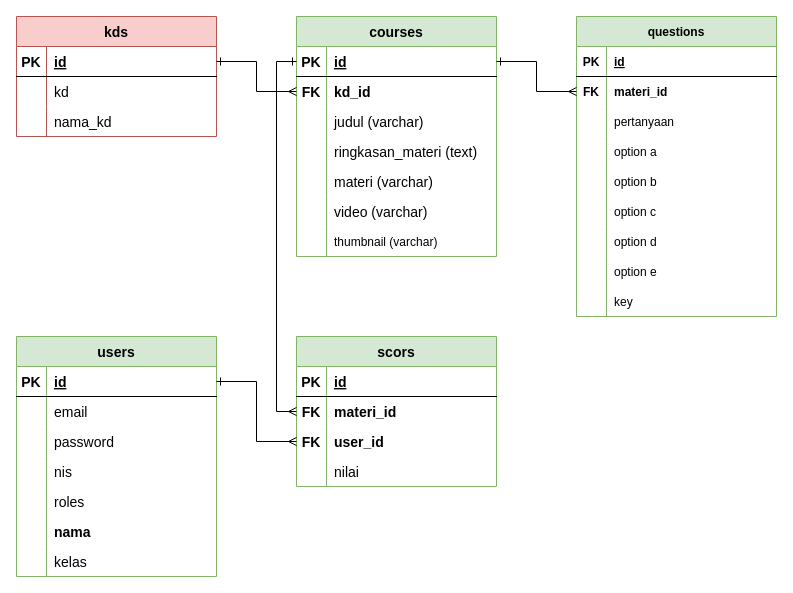
Before: Untitled Diagram.drawio in muhaziz28/Muhaziz28, a draw.io diagram. Source tidied: cells renumbered, new cells numbered last; positions are measured from the earlier drawing's top-left corner, leaving out a move shared by most shapes. Both pictures are drawn from the tidied source at 100%, with x=0, y=0 at pixel (16, 16).
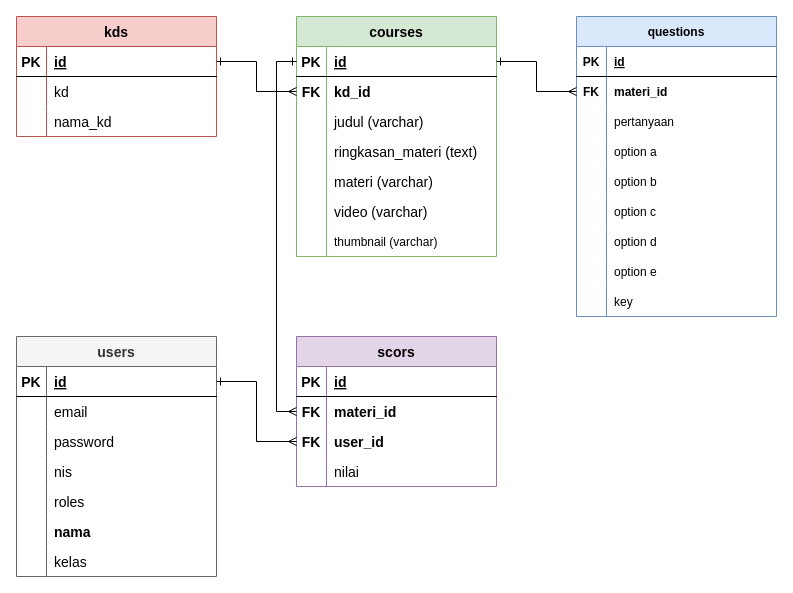
The same page after the edit.

The edit, as a diff of the source:
```diff
@@
-    <mxCell id="2" value="users" style="shape=table;startSize=30;childLayout=tableLayout;rowLines=0;fontStyle=1;align=center;fontSize=14;fillColor=#d5e8d4;strokeColor=#82b366;" parent="1" vertex="1">
+    <mxCell id="2" value="users" style="shape=table;startSize=30;childLayout=tableLayout;rowLines=0;fontStyle=1;align=center;fontSize=14;fillColor=#f5f5f5;strokeColor=#666666;fontColor=#333333;" parent="1" vertex="1">
       <mxGeometry y="320" width="200" height="240" as="geometry" />
     </mxCell>
@@
-    <mxCell id="56" value="scors" style="shape=table;startSize=30;childLayout=tableLayout;rowLines=0;fontStyle=1;align=center;fontSize=14;fillColor=#d5e8d4;strokeColor=#82b366;" parent="1" vertex="1">
+    <mxCell id="56" value="scors" style="shape=table;startSize=30;childLayout=tableLayout;rowLines=0;fontStyle=1;align=center;fontSize=14;fillColor=#e1d5e7;strokeColor=#9673a6;" parent="1" vertex="1">
       <mxGeometry x="280" y="320" width="200" height="150" as="geometry" />
     </mxCell>
@@
-    <mxCell id="69" value="questions" style="shape=table;startSize=30;childLayout=tableLayout;rowLines=0;fontStyle=1;align=center;fillColor=#d5e8d4;strokeColor=#82b366;" parent="1" vertex="1">
+    <mxCell id="69" value="questions" style="shape=table;startSize=30;childLayout=tableLayout;rowLines=0;fontStyle=1;align=center;fillColor=#dae8fc;strokeColor=#6c8ebf;" parent="1" vertex="1">
       <mxGeometry x="560" width="200" height="300" as="geometry" />
     </mxCell>
```
